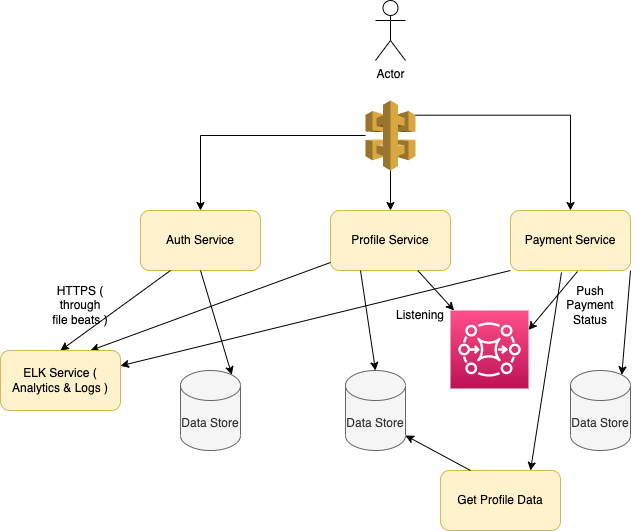
The draw.io diagram src/MonolothicToMicroservice/MonolothicToMicroService.drawio.png in Anshul619/HLD-System-Designs, before a commit. Source tidied: cells renumbered, new cells last; positions are measured from the earlier drawing's top-left corner, leaving out a move shared by most shapes. Its diagram source:
```xml
<mxGraphModel>
  <root>
    <mxCell id="0" />
    <mxCell id="1" parent="0" />
    <mxCell id="2" value="Profile Service" style="rounded=1;whiteSpace=wrap;html=1;fillColor=#fff2cc;strokeColor=#d6b656;" parent="1" vertex="1">
      <mxGeometry x="330" y="210" width="120" height="60" as="geometry" />
    </mxCell>
    <mxCell id="3" value="Payment Service" style="rounded=1;whiteSpace=wrap;html=1;fillColor=#fff2cc;strokeColor=#d6b656;" parent="1" vertex="1">
      <mxGeometry x="510" y="210" width="120" height="60" as="geometry" />
    </mxCell>
    <mxCell id="4" value="Auth Service" style="rounded=1;whiteSpace=wrap;html=1;fillColor=#fff2cc;strokeColor=#d6b656;" parent="1" vertex="1">
      <mxGeometry x="140" y="210" width="120" height="60" as="geometry" />
    </mxCell>
    <mxCell id="5" value="Actor" style="shape=umlActor;verticalLabelPosition=bottom;verticalAlign=top;html=1;outlineConnect=0;" parent="1" vertex="1">
      <mxGeometry x="375" width="30" height="60" as="geometry" />
    </mxCell>
    <mxCell id="6" style="outlineConnect=0;dashed=0;verticalLabelPosition=bottom;verticalAlign=top;align=center;html=1;shape=mxgraph.aws3.api_gateway;fillColor=#D9A741;gradientColor=none;" parent="1" vertex="1">
      <mxGeometry x="365" y="100" width="50" height="70" as="geometry" />
    </mxCell>
    <mxCell id="7" style="endArrow=classic;html=1;rounded=0;entryX=0.5;entryY=0;entryDx=0;entryDy=0;edgeStyle=orthogonalEdgeStyle;" parent="1" edge="1" source="6" target="4">
      <mxGeometry relative="1" as="geometry" />
    </mxCell>
    <mxCell id="8" style="endArrow=classic;html=1;rounded=0;exitX=1;exitY=0.21;exitDx=0;exitDy=0;exitPerimeter=0;entryX=0.5;entryY=0;entryDx=0;entryDy=0;edgeStyle=orthogonalEdgeStyle;" parent="1" edge="1" source="6" target="3">
      <mxGeometry relative="1" as="geometry" />
    </mxCell>
    <mxCell id="9" style="endArrow=classic;html=1;rounded=0;exitX=0.5;exitY=1;exitDx=0;exitDy=0;exitPerimeter=0;entryX=0.5;entryY=0;entryDx=0;entryDy=0;" parent="1" edge="1" source="6" target="2">
      <mxGeometry relative="1" as="geometry" />
    </mxCell>
    <mxCell id="10" style="endArrow=classic;html=1;rounded=0;exitX=0.25;exitY=1;exitDx=0;exitDy=0;entryX=0.5;entryY=0;entryDx=0;entryDy=0;" parent="1" edge="1" source="4" target="14">
      <mxGeometry relative="1" as="geometry" />
    </mxCell>
    <mxCell id="11" value="HTTPS ( through file beats )" style="text;html=1;strokeColor=none;fillColor=none;align=center;verticalAlign=middle;whiteSpace=wrap;rounded=0;" parent="1" vertex="1">
      <mxGeometry x="50" y="290" width="60" height="30" as="geometry" />
    </mxCell>
    <mxCell id="12" style="endArrow=classic;html=1;rounded=0;entryX=0.75;entryY=0;entryDx=0;entryDy=0;" parent="1" edge="1" source="2" target="14">
      <mxGeometry relative="1" as="geometry" />
    </mxCell>
    <mxCell id="13" style="endArrow=classic;html=1;rounded=0;exitX=0;exitY=1;exitDx=0;exitDy=0;" parent="1" edge="1" source="3" target="14">
      <mxGeometry relative="1" as="geometry" />
    </mxCell>
    <mxCell id="14" value="ELK Service ( Analytics &amp;amp; Logs )" style="rounded=1;whiteSpace=wrap;html=1;fillColor=#fff2cc;strokeColor=#d6b656;" parent="1" vertex="1">
      <mxGeometry y="350" width="120" height="60" as="geometry" />
    </mxCell>
    <mxCell id="15" style="sketch=0;points=[[0,0,0],[0.25,0,0],[0.5,0,0],[0.75,0,0],[1,0,0],[0,1,0],[0.25,1,0],[0.5,1,0],[0.75,1,0],[1,1,0],[0,0.25,0],[0,0.5,0],[0,0.75,0],[1,0.25,0],[1,0.5,0],[1,0.75,0]];outlineConnect=0;fontColor=#232F3E;gradientColor=#FF4F8B;gradientDirection=north;fillColor=#BC1356;strokeColor=#ffffff;dashed=0;verticalLabelPosition=bottom;verticalAlign=top;align=center;html=1;fontSize=12;fontStyle=0;shape=mxgraph.aws4.resourceIcon;resIcon=mxgraph.aws4.mq;" parent="1" vertex="1">
      <mxGeometry x="450" y="310" width="78" height="78" as="geometry" />
    </mxCell>
    <mxCell id="16" style="endArrow=classic;html=1;rounded=0;" parent="1" edge="1" source="2" target="15">
      <mxGeometry relative="1" as="geometry" />
    </mxCell>
    <mxCell id="17" style="endArrow=classic;html=1;rounded=0;exitX=0.558;exitY=1.017;exitDx=0;exitDy=0;exitPerimeter=0;entryX=1;entryY=0.25;entryDx=0;entryDy=0;entryPerimeter=0;" parent="1" edge="1" source="3" target="15">
      <mxGeometry relative="1" as="geometry" />
    </mxCell>
    <mxCell id="18" value="Push Payment Status" style="text;html=1;strokeColor=none;fillColor=none;align=center;verticalAlign=middle;whiteSpace=wrap;rounded=0;" parent="1" vertex="1">
      <mxGeometry x="560" y="290" width="60" height="30" as="geometry" />
    </mxCell>
    <mxCell id="19" value="Listening" style="text;html=1;strokeColor=none;fillColor=none;align=center;verticalAlign=middle;whiteSpace=wrap;rounded=0;" parent="1" vertex="1">
      <mxGeometry x="390" y="300" width="60" height="30" as="geometry" />
    </mxCell>
    <mxCell id="20" value="Data Store" style="shape=cylinder3;whiteSpace=wrap;html=1;boundedLbl=1;backgroundOutline=1;size=15;fillColor=#f5f5f5;fontColor=#333333;strokeColor=#666666;" parent="1" vertex="1">
      <mxGeometry x="180" y="370" width="60" height="80" as="geometry" />
    </mxCell>
    <mxCell id="21" value="Data Store" style="shape=cylinder3;whiteSpace=wrap;html=1;boundedLbl=1;backgroundOutline=1;size=15;fillColor=#f5f5f5;fontColor=#333333;strokeColor=#666666;" parent="1" vertex="1">
      <mxGeometry x="345" y="370" width="60" height="80" as="geometry" />
    </mxCell>
    <mxCell id="22" value="Data Store" style="shape=cylinder3;whiteSpace=wrap;html=1;boundedLbl=1;backgroundOutline=1;size=15;fillColor=#f5f5f5;fontColor=#333333;strokeColor=#666666;" parent="1" vertex="1">
      <mxGeometry x="570" y="370" width="60" height="80" as="geometry" />
    </mxCell>
    <mxCell id="23" style="endArrow=classic;html=1;rounded=0;exitX=0.5;exitY=1;exitDx=0;exitDy=0;entryX=0.855;entryY=0;entryDx=0;entryDy=4.35;entryPerimeter=0;" parent="1" edge="1" source="4" target="20">
      <mxGeometry relative="1" as="geometry" />
    </mxCell>
    <mxCell id="24" style="endArrow=classic;html=1;rounded=0;exitX=0.25;exitY=1;exitDx=0;exitDy=0;entryX=0.5;entryY=0;entryDx=0;entryDy=0;entryPerimeter=0;" parent="1" edge="1" source="2" target="21">
      <mxGeometry relative="1" as="geometry" />
    </mxCell>
    <mxCell id="25" style="endArrow=classic;html=1;rounded=0;exitX=1;exitY=1;exitDx=0;exitDy=0;entryX=0.855;entryY=0;entryDx=0;entryDy=4.35;entryPerimeter=0;" parent="1" edge="1" source="3" target="22">
      <mxGeometry relative="1" as="geometry" />
    </mxCell>
    <mxCell id="26" value="Get Profile Data" style="rounded=1;whiteSpace=wrap;html=1;fillColor=#fff2cc;strokeColor=#d6b656;" parent="1" vertex="1">
      <mxGeometry x="440" y="470" width="120" height="60" as="geometry" />
    </mxCell>
    <mxCell id="27" style="endArrow=classic;html=1;rounded=0;exitX=0.425;exitY=1.033;exitDx=0;exitDy=0;exitPerimeter=0;entryX=0.75;entryY=0;entryDx=0;entryDy=0;" parent="1" edge="1" source="3" target="26">
      <mxGeometry relative="1" as="geometry" />
    </mxCell>
    <mxCell id="28" style="endArrow=classic;html=1;rounded=0;exitX=0.25;exitY=0;exitDx=0;exitDy=0;entryX=1;entryY=1;entryDx=0;entryDy=-15;entryPerimeter=0;" parent="1" edge="1" source="26" target="21">
      <mxGeometry relative="1" as="geometry" />
    </mxCell>
  </root>
</mxGraphModel>
```
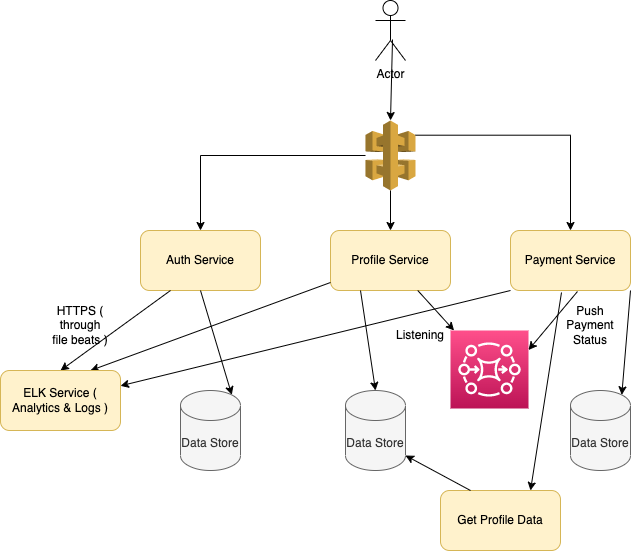
Above is the later version.

Commit message:
Monolothic design

The edit, as a diff of the source:
```diff
@@ -12,7 +12,7 @@
       <mxGeometry x="140" y="210" width="120" height="60" as="geometry" />
     </mxCell>
     <mxCell id="5" value="Actor" style="shape=umlActor;verticalLabelPosition=bottom;verticalAlign=top;html=1;outlineConnect=0;" parent="1" vertex="1">
-      <mxGeometry x="375" width="30" height="60" as="geometry" />
+      <mxGeometry x="375" y="-20" width="30" height="60" as="geometry" />
     </mxCell>
     <mxCell id="6" style="outlineConnect=0;dashed=0;verticalLabelPosition=bottom;verticalAlign=top;align=center;html=1;shape=mxgraph.aws3.api_gateway;fillColor=#D9A741;gradientColor=none;" parent="1" vertex="1">
       <mxGeometry x="365" y="100" width="50" height="70" as="geometry" />
@@ -83,5 +83,8 @@
     <mxCell id="28" style="endArrow=classic;html=1;rounded=0;exitX=0.25;exitY=0;exitDx=0;exitDy=0;entryX=1;entryY=1;entryDx=0;entryDy=-15;entryPerimeter=0;" parent="1" edge="1" source="26" target="21">
       <mxGeometry relative="1" as="geometry" />
     </mxCell>
+    <mxCell id="29" style="endArrow=classic;html=1;rounded=0;exitX=0.567;exitY=0.65;exitDx=0;exitDy=0;exitPerimeter=0;entryX=0.5;entryY=0;entryDx=0;entryDy=0;entryPerimeter=0;" parent="1" edge="1" source="5" target="6">
+      <mxGeometry relative="1" as="geometry" />
+    </mxCell>
   </root>
 </mxGraphModel>
```
